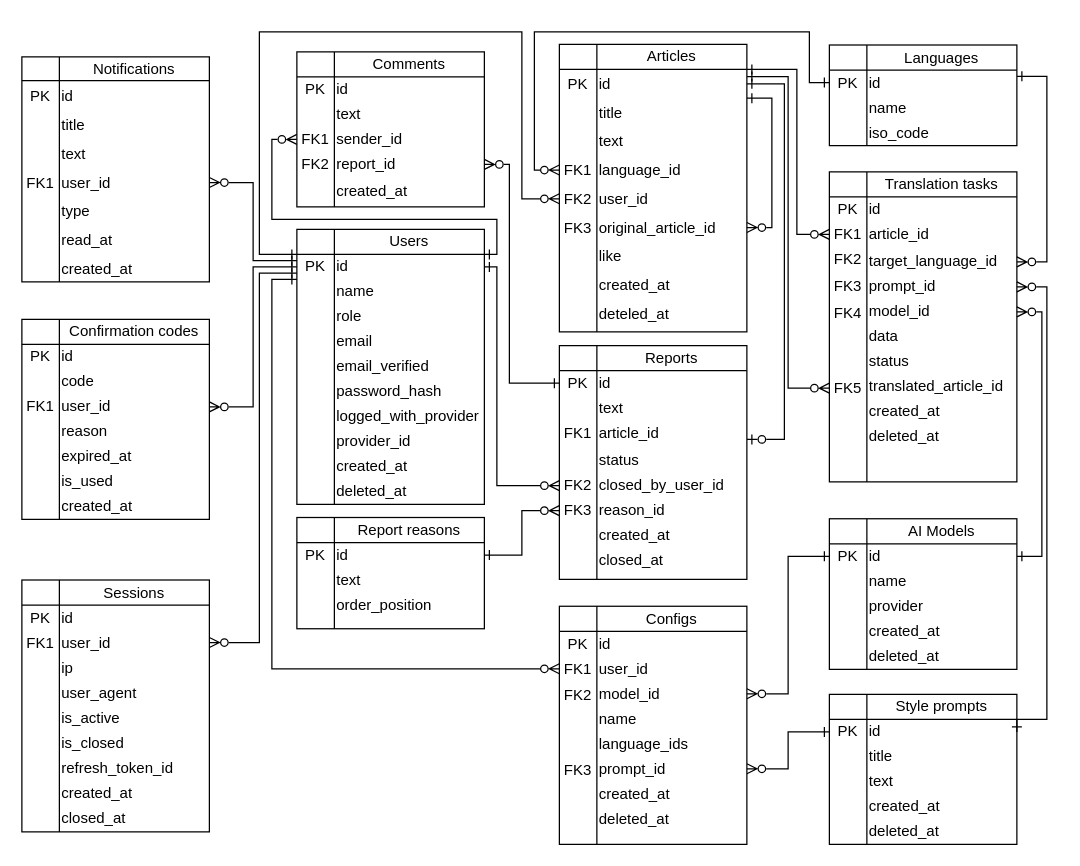
This is _curse/docs/db-logic.drawio from XoJIoDuJIHuK/7-term, a draw.io file, before an edit. Source tidied: cells renumbered, new cells numbered last; positions are measured from the earlier drawing's top-left corner, leaving out a move shared by most shapes. Both pictures are drawn from the tidied source at 125%, with x=0, y=0 at pixel (21, 31).
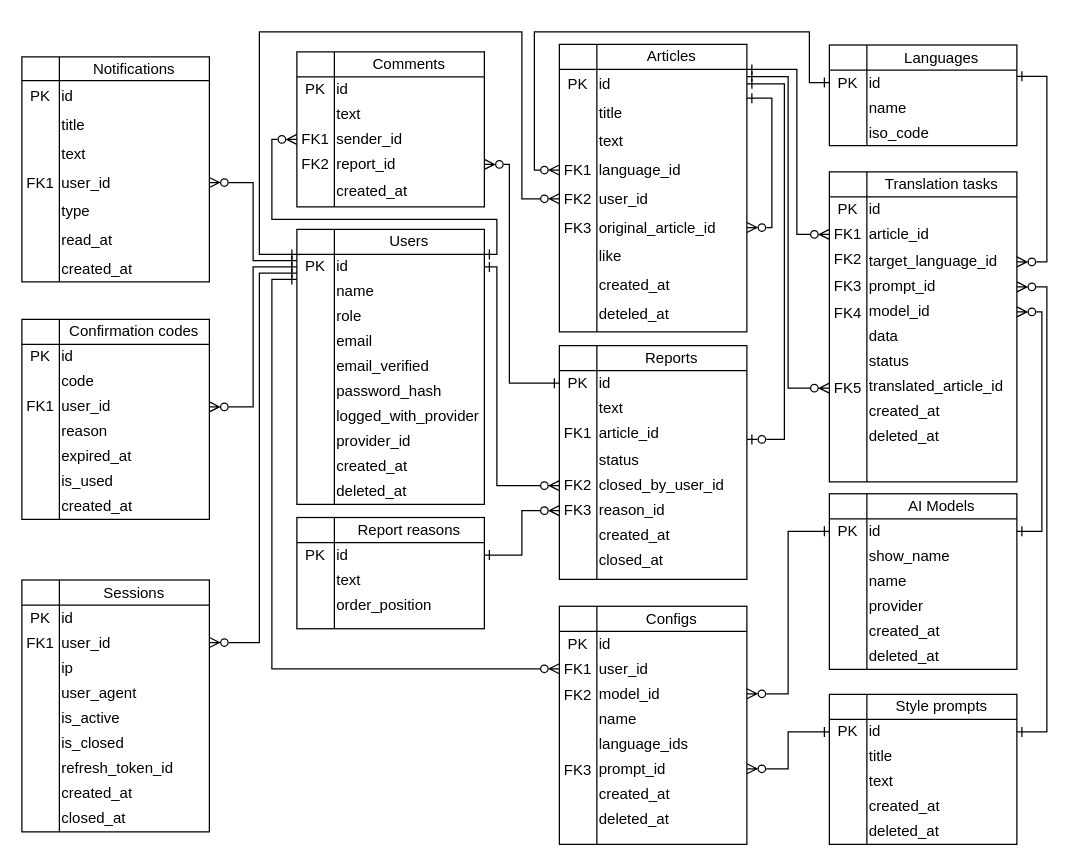
The same page after the edit.

The change refers to these unchanged cells:
```xml
<mxCell id="120" value="id" style="text;html=1;align=left;verticalAlign=middle;whiteSpace=wrap;rounded=0;" parent="1" vertex="1">
  <mxGeometry x="676" y="550" width="120" height="20" as="geometry" />
</mxCell>
<mxCell id="162" value="prompt_id" style="text;html=1;align=left;verticalAlign=middle;whiteSpace=wrap;rounded=0;" parent="1" vertex="1">
  <mxGeometry x="676" y="194" width="120" height="20" as="geometry" />
</mxCell>
```

The edit, as a diff of the source:
```diff
@@
     <mxCell id="119" style="edgeStyle=orthogonalEdgeStyle;rounded=0;jettySize=auto;html=1;exitX=1;exitY=0.5;exitDx=0;exitDy=0;entryX=1;entryY=0.5;entryDx=0;entryDy=0;startArrow=ERone;startFill=0;endArrow=ERzeroToMany;endFill=0;" parent="1" edge="1" source="120" target="162">
       <mxGeometry relative="1" as="geometry">
         <Array as="points">
-          <mxPoint x="796" y="550" />
-          <mxPoint x="820" y="550" />
+          <mxPoint x="820" y="560" />
           <mxPoint x="820" y="204" />
         </Array>
       </mxGeometry>
     </mxCell>
@@
     <mxCell id="152" style="shape=internalStorage;whiteSpace=wrap;html=1;backgroundOutline=1;dx=30;dy=20;" parent="1" vertex="1">
-      <mxGeometry x="646" y="389.5" width="150" height="120.5" as="geometry" />
+      <mxGeometry x="646" y="369.5" width="150" height="140.5" as="geometry" />
     </mxCell>
     <mxCell id="153" value="AI Models" style="text;html=1;align=center;verticalAlign=middle;whiteSpace=wrap;rounded=0;" parent="1" vertex="1">
-      <mxGeometry x="676" y="389.5" width="120" height="20" as="geometry" />
+      <mxGeometry x="676" y="369.5" width="120" height="20" as="geometry" />
     </mxCell>
@@
     <mxCell id="155" value="id" style="text;html=1;align=left;verticalAlign=middle;whiteSpace=wrap;rounded=0;" parent="1" vertex="1">
-      <mxGeometry x="676" y="409.5" width="120" height="20" as="geometry" />
+      <mxGeometry x="676" y="389.5" width="120" height="20" as="geometry" />
     </mxCell>
@@
     <mxCell id="158" value="PK" style="text;html=1;align=center;verticalAlign=middle;whiteSpace=wrap;rounded=0;" parent="1" vertex="1">
-      <mxGeometry x="646" y="409.5" width="30" height="20" as="geometry" />
+      <mxGeometry x="646" y="389.5" width="30" height="20" as="geometry" />
     </mxCell>
@@
+    <mxCell id="168" value="show_name" style="text;html=1;align=left;verticalAlign=middle;whiteSpace=wrap;rounded=0;" parent="1" vertex="1">
+      <mxGeometry x="676" y="409.5" width="120" height="20" as="geometry" />
+    </mxCell>
```
